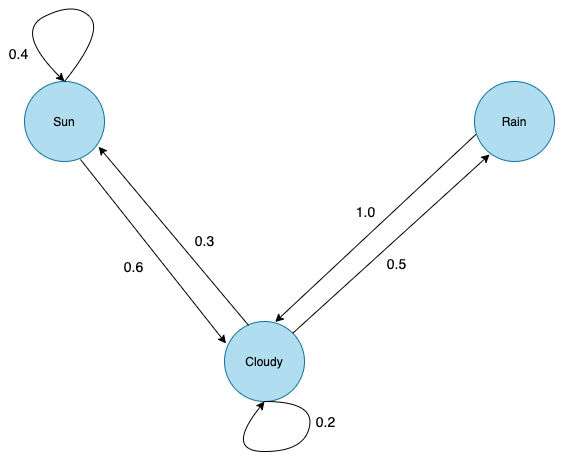
Before: thesis/qualitative-results/markov_chain.png, a diagram exported from draw.io (Dawidsoni/noise-reduction). Source tidied: cells renumbered, new cells last; positions are measured from the earlier drawing's top-left corner, leaving out a move shared by most shapes.
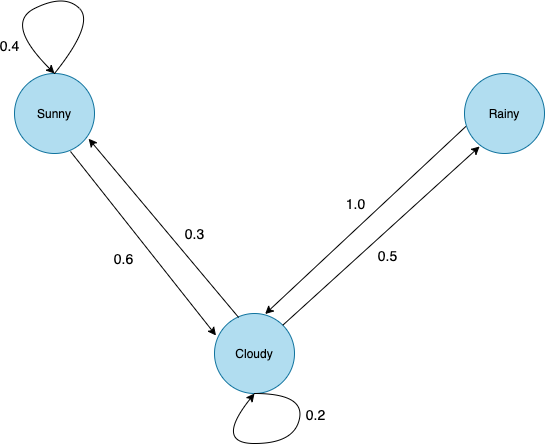
The same diagram one commit later.

The edit, as a diff of the source:
```diff
@@ -2,10 +2,10 @@
   <root>
     <mxCell id="0" />
     <mxCell id="1" parent="0" />
-    <mxCell id="2" value="Sun" style="ellipse;whiteSpace=wrap;html=1;fillColor=#b1ddf0;strokeColor=#10739e;" parent="1" vertex="1">
+    <mxCell id="2" value="Sunny" style="ellipse;whiteSpace=wrap;html=1;fillColor=#b1ddf0;strokeColor=#10739e;" parent="1" vertex="1">
       <mxGeometry x="10" y="80" width="80" height="80" as="geometry" />
     </mxCell>
-    <mxCell id="3" value="Rain" style="ellipse;whiteSpace=wrap;html=1;fillColor=#b1ddf0;strokeColor=#10739e;" parent="1" vertex="1">
+    <mxCell id="3" value="Rainy" style="ellipse;whiteSpace=wrap;html=1;fillColor=#b1ddf0;strokeColor=#10739e;" parent="1" vertex="1">
       <mxGeometry x="460" y="80" width="80" height="80" as="geometry" />
     </mxCell>
     <mxCell id="4" value="Cloudy" style="ellipse;whiteSpace=wrap;html=1;fillColor=#b1ddf0;strokeColor=#10739e;" parent="1" vertex="1">
```
